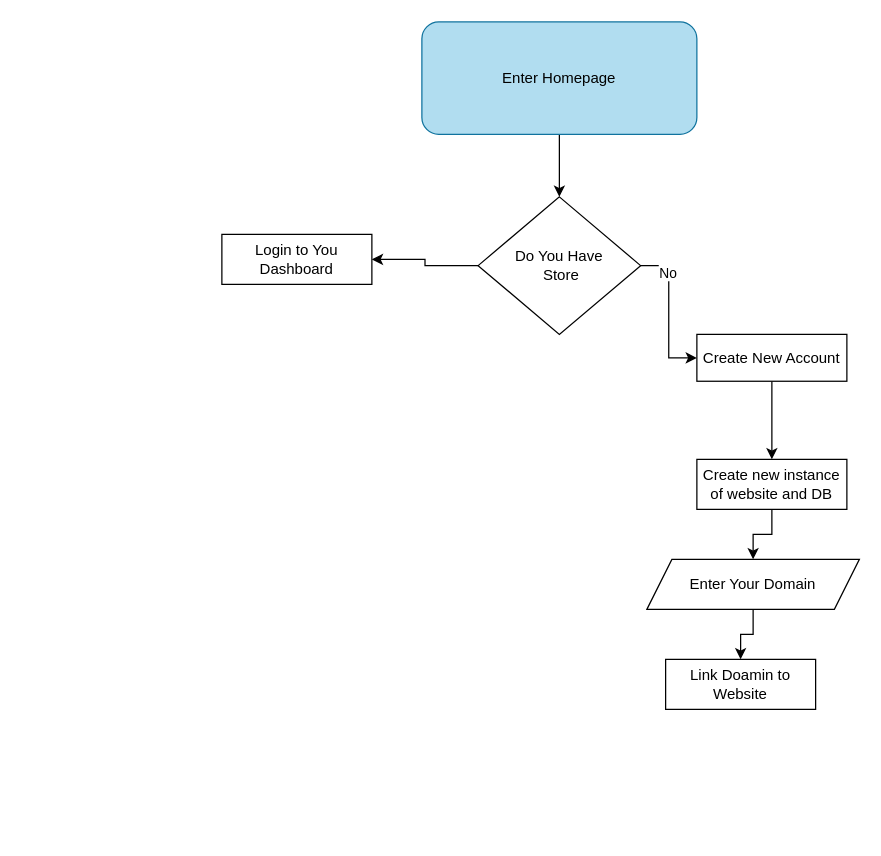
Earlier version of the draw.io diagram Başlıksız Diyagram.drawio (assemrh/diagrams). Source tidied: cells renumbered, new cells numbered last; positions are measured from the earlier drawing's top-left corner, leaving out a move shared by most shapes. Both pictures are drawn from the tidied source at 125%, with x=0, y=0 at pixel (221, 21).
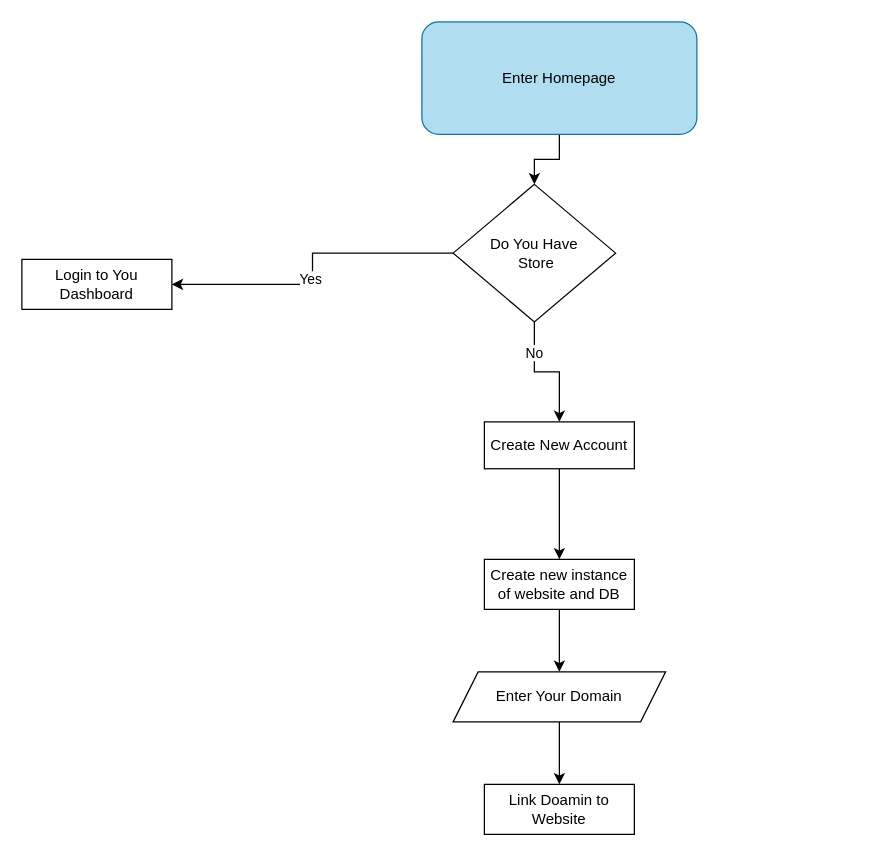
Above is the later version.

The edit, as a diff of the source:
```diff
@@
 <mxGraphModel>
   <root>
     <mxCell id="0" />
     <mxCell id="1" parent="0" />
     <mxCell id="2" style="edgeStyle=orthogonalEdgeStyle;rounded=0;jettySize=auto;html=1;" parent="1" edge="1" source="3" target="7">
       <mxGeometry relative="1" as="geometry" />
     </mxCell>
     <mxCell id="3" value="Enter Homepage" style="rounded=1;whiteSpace=wrap;html=1;fillColor=#b1ddf0;strokeColor=#10739e;" parent="1" vertex="1">
       <mxGeometry x="160" width="220" height="90" as="geometry" />
     </mxCell>
     <mxCell id="4" style="edgeStyle=orthogonalEdgeStyle;rounded=0;jettySize=auto;html=1;" parent="1" edge="1" source="7" target="9">
       <mxGeometry relative="1" as="geometry" />
     </mxCell>
     <mxCell id="5" value="No" style="edgeLabel;html=1;align=center;verticalAlign=middle;" parent="4" vertex="1">
       <mxGeometry x="-0.53" y="-1" relative="1" as="geometry" />
     </mxCell>
     <mxCell id="6" style="edgeStyle=orthogonalEdgeStyle;rounded=0;jettySize=auto;html=1;" parent="1" edge="1" source="7" target="15">
       <mxGeometry relative="1" as="geometry" />
     </mxCell>
+    <mxCell id="16" value="Yes" style="edgeLabel;html=1;align=center;verticalAlign=middle;" parent="6" vertex="1">
+      <mxGeometry x="0.06" y="-2" relative="1" as="geometry" />
+    </mxCell>
     <mxCell id="7" value="Do You Have&lt;br&gt;&amp;nbsp;Store" style="rhombus;whiteSpace=wrap;html=1;" parent="1" vertex="1">
-      <mxGeometry x="205" y="140" width="130" height="110" as="geometry" />
+      <mxGeometry x="185" y="130" width="130" height="110" as="geometry" />
     </mxCell>
     <mxCell id="8" style="edgeStyle=orthogonalEdgeStyle;rounded=0;jettySize=auto;html=1;entryX=0.5;entryY=0;entryDx=0;entryDy=0;" parent="1" edge="1" source="9" target="11">
       <mxGeometry relative="1" as="geometry" />
     </mxCell>
     <mxCell id="9" value="Create New Account" style="whiteSpace=wrap;html=1;" parent="1" vertex="1">
-      <mxGeometry x="380" y="250" width="120" height="37.5" as="geometry" />
+      <mxGeometry x="210" y="320" width="120" height="37.5" as="geometry" />
     </mxCell>
     <mxCell id="10" style="edgeStyle=orthogonalEdgeStyle;rounded=0;jettySize=auto;html=1;" parent="1" edge="1" source="11" target="13">
       <mxGeometry relative="1" as="geometry" />
     </mxCell>
     <mxCell id="11" value="Create new&amp;nbsp;instance of website and DB" style="rounded=0;whiteSpace=wrap;html=1;" parent="1" vertex="1">
-      <mxGeometry x="380" y="350" width="120" height="40" as="geometry" />
+      <mxGeometry x="210" y="430" width="120" height="40" as="geometry" />
     </mxCell>
     <mxCell id="12" style="edgeStyle=orthogonalEdgeStyle;rounded=0;jettySize=auto;html=1;" parent="1" edge="1" source="13" target="14">
       <mxGeometry relative="1" as="geometry" />
     </mxCell>
     <mxCell id="13" value="Enter Your Domain" style="shape=parallelogram;perimeter=parallelogramPerimeter;whiteSpace=wrap;html=1;fixedSize=1;rounded=0;" parent="1" vertex="1">
-      <mxGeometry x="340" y="430" width="170" height="40" as="geometry" />
+      <mxGeometry x="185" y="520" width="170" height="40" as="geometry" />
     </mxCell>
     <mxCell id="14" value="Link Doamin to Website" style="whiteSpace=wrap;html=1;rounded=0;" parent="1" vertex="1">
-      <mxGeometry x="355" y="510" width="120" height="40" as="geometry" />
+      <mxGeometry x="210" y="610" width="120" height="40" as="geometry" />
     </mxCell>
     <mxCell id="15" value="Login to You Dashboard" style="whiteSpace=wrap;html=1;" parent="1" vertex="1">
-      <mxGeometry y="170" width="120" height="40" as="geometry" />
+      <mxGeometry x="-160" y="190" width="120" height="40" as="geometry" />
     </mxCell>
   </root>
 </mxGraphModel>
```
